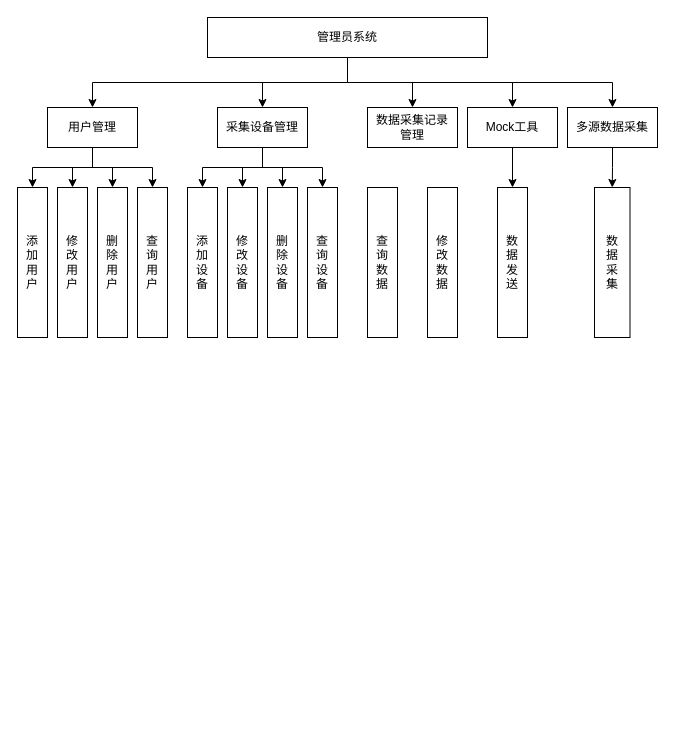
Above: 功能模块图.drawio in Thesis7/review--master (draw.io), before the change. Source tidied: cells renumbered, new cells numbered last; positions are measured from the earlier drawing's top-left corner, leaving out a move shared by most shapes. Both pictures are drawn from the tidied source at 100%, with x=0, y=0 at pixel (17, 17).
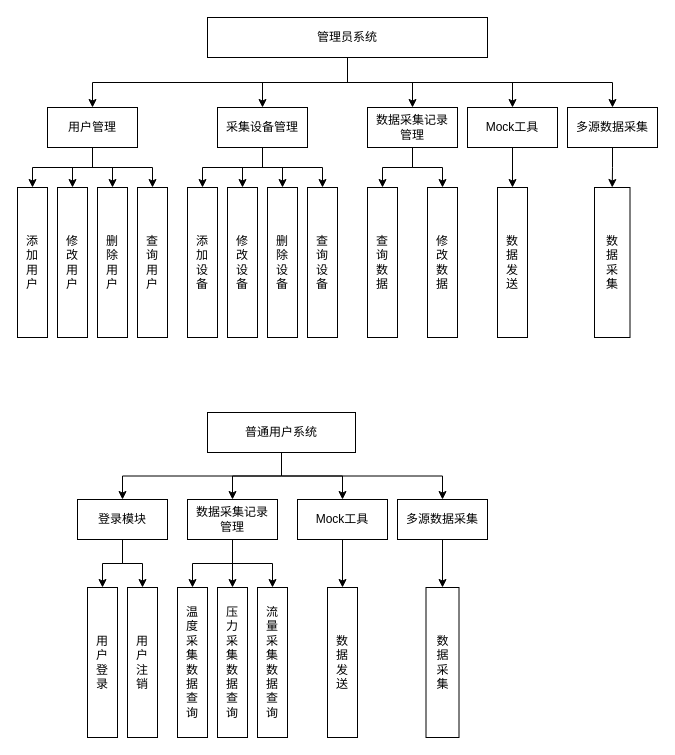
The same page after the edit.

Commit message (it also covers changes not shown here):
更新功能模块图.drawio

Unchanged cells that the change refers to:
```xml
<mxCell id="17" value="数据采集&lt;span style=&quot;background-color: transparent; color: light-dark(rgb(0, 0, 0), rgb(255, 255, 255));&quot;&gt;记录&lt;/span&gt;&lt;div&gt;&lt;span style=&quot;background-color: transparent; color: light-dark(rgb(0, 0, 0), rgb(255, 255, 255));&quot;&gt;管理&lt;/span&gt;&lt;/div&gt;" style="rounded=0;whiteSpace=wrap;html=1;" parent="1" vertex="1">
  <mxGeometry x="350" y="90" width="90" height="40" as="geometry" />
</mxCell>
<mxCell id="33" value="查&lt;div&gt;询&lt;/div&gt;&lt;div&gt;数&lt;/div&gt;&lt;div&gt;据&lt;/div&gt;" style="rounded=0;whiteSpace=wrap;html=1;" parent="1" vertex="1">
  <mxGeometry x="350" y="170" width="30" height="150" as="geometry" />
</mxCell>
<mxCell id="34" value="修&lt;div&gt;改&lt;/div&gt;&lt;div&gt;&lt;div&gt;数&lt;/div&gt;&lt;div&gt;据&lt;/div&gt;&lt;/div&gt;" style="rounded=0;whiteSpace=wrap;html=1;" parent="1" vertex="1">
  <mxGeometry x="410" y="170" width="30" height="150" as="geometry" />
</mxCell>
```

Diff of the diagram source:
```diff
@@
+    <mxCell id="35" style="edgeStyle=orthogonalEdgeStyle;rounded=0;jettySize=auto;html=1;exitX=0.5;exitY=1;exitDx=0;exitDy=0;" parent="1" edge="1" source="17" target="33">
+      <mxGeometry relative="1" as="geometry" />
+    </mxCell>
+    <mxCell id="36" style="edgeStyle=orthogonalEdgeStyle;rounded=0;jettySize=auto;html=1;exitX=0.5;exitY=1;exitDx=0;exitDy=0;" parent="1" edge="1" source="17" target="34">
+      <mxGeometry relative="1" as="geometry" />
+    </mxCell>
@@
+    <mxCell id="37" style="edgeStyle=orthogonalEdgeStyle;rounded=0;jettySize=auto;html=1;exitX=0.5;exitY=1;exitDx=0;exitDy=0;" parent="1" edge="1" source="41" target="49">
+      <mxGeometry relative="1" as="geometry" />
+    </mxCell>
+    <mxCell id="38" style="edgeStyle=orthogonalEdgeStyle;rounded=0;jettySize=auto;html=1;exitX=0.5;exitY=1;exitDx=0;exitDy=0;" parent="1" edge="1" source="41" target="43">
+      <mxGeometry relative="1" as="geometry" />
+    </mxCell>
+    <mxCell id="39" style="edgeStyle=orthogonalEdgeStyle;rounded=0;jettySize=auto;html=1;exitX=0.5;exitY=1;exitDx=0;exitDy=0;entryX=0.5;entryY=0;entryDx=0;entryDy=0;" parent="1" edge="1" source="41" target="45">
+      <mxGeometry relative="1" as="geometry" />
+    </mxCell>
+    <mxCell id="40" style="edgeStyle=orthogonalEdgeStyle;rounded=0;jettySize=auto;html=1;exitX=0.5;exitY=1;exitDx=0;exitDy=0;entryX=0.5;entryY=0;entryDx=0;entryDy=0;" parent="1" edge="1" source="41" target="57">
+      <mxGeometry relative="1" as="geometry" />
+    </mxCell>
+    <mxCell id="41" value="普通用户系统" style="rounded=0;whiteSpace=wrap;html=1;" parent="1" vertex="1">
+      <mxGeometry x="190" y="395" width="148" height="40" as="geometry" />
+    </mxCell>
+    <mxCell id="42" style="edgeStyle=orthogonalEdgeStyle;rounded=0;jettySize=auto;html=1;exitX=0.5;exitY=1;exitDx=0;exitDy=0;entryX=0.5;entryY=0;entryDx=0;entryDy=0;" parent="1" edge="1" source="43" target="50">
+      <mxGeometry relative="1" as="geometry" />
+    </mxCell>
+    <mxCell id="43" value="Mock工具" style="rounded=0;whiteSpace=wrap;html=1;" parent="1" vertex="1">
+      <mxGeometry x="280" y="482" width="90" height="40" as="geometry" />
+    </mxCell>
+    <mxCell id="44" style="edgeStyle=orthogonalEdgeStyle;rounded=0;jettySize=auto;html=1;exitX=0.5;exitY=1;exitDx=0;exitDy=0;entryX=0.5;entryY=0;entryDx=0;entryDy=0;" parent="1" edge="1" source="45" target="51">
+      <mxGeometry relative="1" as="geometry" />
+    </mxCell>
+    <mxCell id="45" value="多源数据采集" style="rounded=0;whiteSpace=wrap;html=1;" parent="1" vertex="1">
+      <mxGeometry x="380" y="482" width="90" height="40" as="geometry" />
+    </mxCell>
+    <mxCell id="46" style="edgeStyle=orthogonalEdgeStyle;rounded=0;jettySize=auto;html=1;exitX=0.5;exitY=1;exitDx=0;exitDy=0;entryX=0.5;entryY=0;entryDx=0;entryDy=0;" parent="1" edge="1" source="49" target="52">
+      <mxGeometry relative="1" as="geometry" />
+    </mxCell>
+    <mxCell id="47" style="edgeStyle=orthogonalEdgeStyle;rounded=0;jettySize=auto;html=1;exitX=0.5;exitY=1;exitDx=0;exitDy=0;entryX=0.5;entryY=0;entryDx=0;entryDy=0;" parent="1" edge="1" source="49" target="53">
+      <mxGeometry relative="1" as="geometry" />
+    </mxCell>
+    <mxCell id="48" style="edgeStyle=orthogonalEdgeStyle;rounded=0;jettySize=auto;html=1;exitX=0.5;exitY=1;exitDx=0;exitDy=0;entryX=0.5;entryY=0;entryDx=0;entryDy=0;" parent="1" edge="1" source="49" target="54">
+      <mxGeometry relative="1" as="geometry" />
+    </mxCell>
+    <mxCell id="49" value="数据采集&lt;span style=&quot;background-color: transparent; color: light-dark(rgb(0, 0, 0), rgb(255, 255, 255));&quot;&gt;记录&lt;/span&gt;&lt;div&gt;&lt;span style=&quot;background-color: transparent; color: light-dark(rgb(0, 0, 0), rgb(255, 255, 255));&quot;&gt;管理&lt;/span&gt;&lt;/div&gt;" style="rounded=0;whiteSpace=wrap;html=1;" parent="1" vertex="1">
+      <mxGeometry x="170" y="482" width="90" height="40" as="geometry" />
+    </mxCell>
+    <mxCell id="50" value="数&lt;div&gt;据&lt;/div&gt;&lt;div&gt;发&lt;/div&gt;&lt;div&gt;送&lt;/div&gt;" style="rounded=0;whiteSpace=wrap;html=1;" parent="1" vertex="1">
+      <mxGeometry x="310" y="570" width="30" height="150" as="geometry" />
+    </mxCell>
+    <mxCell id="51" value="数&lt;div&gt;据&lt;/div&gt;&lt;div&gt;采&lt;/div&gt;&lt;div&gt;集&lt;/div&gt;" style="rounded=0;whiteSpace=wrap;html=1;" parent="1" vertex="1">
+      <mxGeometry x="408.5" y="570" width="33" height="150" as="geometry" />
+    </mxCell>
+    <mxCell id="52" value="温&lt;div&gt;度&lt;/div&gt;&lt;div&gt;采&lt;/div&gt;&lt;div&gt;集&lt;/div&gt;&lt;div&gt;数&lt;/div&gt;&lt;div&gt;据&lt;/div&gt;&lt;div&gt;查&lt;/div&gt;&lt;div&gt;询&lt;/div&gt;" style="rounded=0;whiteSpace=wrap;html=1;" parent="1" vertex="1">
+      <mxGeometry x="160" y="570" width="30" height="150" as="geometry" />
+    </mxCell>
+    <mxCell id="53" value="压&lt;div&gt;力&lt;br&gt;&lt;div&gt;采&lt;/div&gt;&lt;div&gt;集&lt;/div&gt;&lt;div&gt;数&lt;/div&gt;&lt;div&gt;据&lt;/div&gt;&lt;div&gt;查&lt;/div&gt;&lt;div&gt;询&lt;/div&gt;&lt;/div&gt;" style="rounded=0;whiteSpace=wrap;html=1;" parent="1" vertex="1">
+      <mxGeometry x="200" y="570" width="30" height="150" as="geometry" />
+    </mxCell>
+    <mxCell id="54" value="流&lt;div&gt;量&lt;br&gt;&lt;div&gt;&lt;div&gt;采&lt;/div&gt;&lt;div&gt;集&lt;/div&gt;&lt;div&gt;数&lt;/div&gt;&lt;div&gt;据&lt;/div&gt;&lt;div&gt;查&lt;/div&gt;&lt;div&gt;询&lt;/div&gt;&lt;/div&gt;&lt;/div&gt;" style="rounded=0;whiteSpace=wrap;html=1;" parent="1" vertex="1">
+      <mxGeometry x="240" y="570" width="30" height="150" as="geometry" />
+    </mxCell>
+    <mxCell id="55" style="edgeStyle=orthogonalEdgeStyle;rounded=0;jettySize=auto;html=1;exitX=0.5;exitY=1;exitDx=0;exitDy=0;entryX=0.5;entryY=0;entryDx=0;entryDy=0;" parent="1" edge="1" source="57" target="58">
+      <mxGeometry relative="1" as="geometry" />
+    </mxCell>
+    <mxCell id="56" style="edgeStyle=orthogonalEdgeStyle;rounded=0;jettySize=auto;html=1;exitX=0.5;exitY=1;exitDx=0;exitDy=0;entryX=0.5;entryY=0;entryDx=0;entryDy=0;" parent="1" edge="1" source="57" target="59">
+      <mxGeometry relative="1" as="geometry" />
+    </mxCell>
+    <mxCell id="57" value="登录模块" style="rounded=0;whiteSpace=wrap;html=1;" parent="1" vertex="1">
+      <mxGeometry x="60" y="482" width="90" height="40" as="geometry" />
+    </mxCell>
+    <mxCell id="58" value="用&lt;div&gt;户&lt;/div&gt;&lt;div&gt;登&lt;/div&gt;&lt;div&gt;录&lt;/div&gt;" style="rounded=0;whiteSpace=wrap;html=1;fillColor=default;" parent="1" vertex="1">
+      <mxGeometry x="70" y="570" width="30" height="150" as="geometry" />
+    </mxCell>
+    <mxCell id="59" value="用&lt;div&gt;户&lt;/div&gt;&lt;div&gt;注&lt;/div&gt;&lt;div&gt;销&lt;/div&gt;" style="rounded=0;whiteSpace=wrap;html=1;fillColor=default;" parent="1" vertex="1">
+      <mxGeometry x="110" y="570" width="30" height="150" as="geometry" />
+    </mxCell>
```
